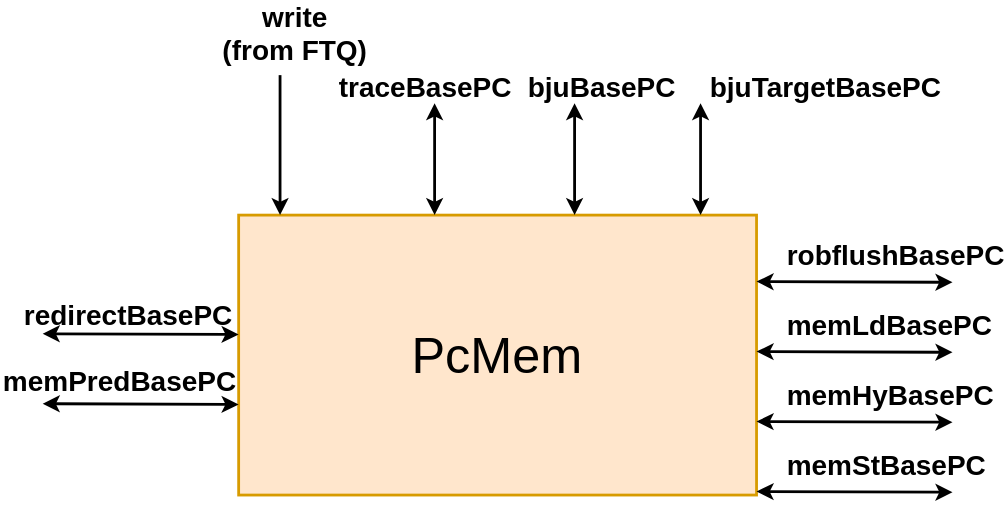
Before: docs/backend/CtrlBlock/figure/PCMem-Overview.svg, a diagram exported from draw.io (OpenXiangShan/XiangShan-Design-Doc). Source tidied: cells renumbered, new cells last; positions are measured from the earlier drawing's top-left corner, leaving out a move shared by most shapes.
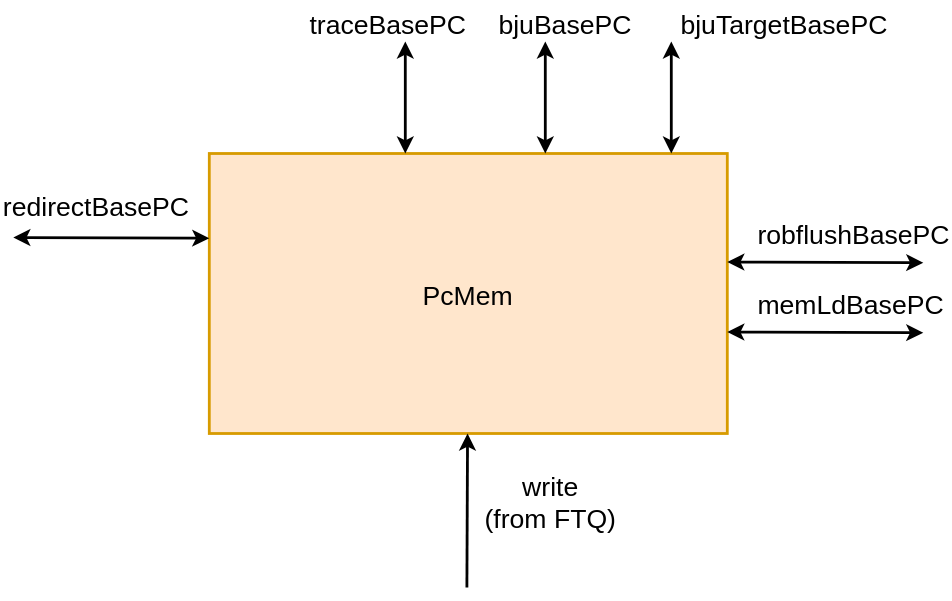
The same file after the commit.

What changed in the source:
```diff
@@ -2,96 +2,71 @@
   <root>
     <mxCell id="0" />
     <mxCell id="1" parent="0" />
-    <mxCell id="2" value="&lt;font style=&quot;font-size: 36px;&quot;&gt;PcMem&lt;/font&gt;" style="rounded=0;whiteSpace=wrap;html=1;fillColor=#ffe6cc;strokeColor=#d79b00;strokeWidth=2;" parent="1" vertex="1">
-      <mxGeometry x="170" y="110" width="370" height="200" as="geometry" />
+    <mxCell id="2" value="PcMem" style="rounded=0;fillColor=#ffe6cc;strokeColor=#d79b00;strokeWidth=2;fontSize=19;" parent="1" vertex="1">
+      <mxGeometry x="284" y="-1480" width="370" height="200" as="geometry" />
     </mxCell>
-    <mxCell id="3" value="&lt;div style=&quot;text-align: center;&quot;&gt;&lt;span style=&quot;font-size: 20px; text-wrap: nowrap;&quot;&gt;&lt;b&gt;redirectBasePC&lt;/b&gt;&lt;/span&gt;&lt;/div&gt;" style="text;whiteSpace=wrap;html=1;" parent="1" vertex="1">
-      <mxGeometry x="15" y="162.5" width="140" height="25" as="geometry" />
+    <mxCell id="3" style="endArrow=classic;startArrow=classic;rounded=0;strokeWidth=2;fontSize=19;" parent="1" edge="1">
+      <mxGeometry relative="1" as="geometry">
+        <mxPoint x="654" y="-1402.5" as="sourcePoint" />
+        <mxPoint x="794" y="-1402" as="targetPoint" />
+      </mxGeometry>
     </mxCell>
-    <mxCell id="4" value="&lt;div style=&quot;text-align: center;&quot;&gt;&lt;span style=&quot;font-size: 20px; text-wrap: nowrap;&quot;&gt;&lt;b&gt;memPredBasePC&lt;/b&gt;&lt;/span&gt;&lt;/div&gt;" style="text;whiteSpace=wrap;html=1;" parent="1" vertex="1">
-      <mxGeometry y="210" width="140" height="50" as="geometry" />
+    <mxCell id="4" value="robflushBasePC" style="text;fontSize=19;" parent="1" vertex="1">
+      <mxGeometry x="674" y="-1440" width="140" height="50" as="geometry" />
     </mxCell>
-    <mxCell id="5" style="endArrow=classic;startArrow=classic;html=1;rounded=0;strokeWidth=2;" parent="1" edge="1">
+    <mxCell id="5" style="endArrow=classic;startArrow=classic;rounded=0;strokeWidth=2;fontSize=19;" parent="1" edge="1">
       <mxGeometry relative="1" as="geometry">
-        <mxPoint x="540" y="157.5" as="sourcePoint" />
-        <mxPoint x="680" y="158" as="targetPoint" />
+        <mxPoint x="654" y="-1352.5" as="sourcePoint" />
+        <mxPoint x="794" y="-1352" as="targetPoint" />
       </mxGeometry>
     </mxCell>
-    <mxCell id="6" value="&lt;div style=&quot;text-align: center;&quot;&gt;&lt;span style=&quot;font-size: 20px; text-wrap: nowrap;&quot;&gt;&lt;b&gt;robflushBasePC&lt;/b&gt;&lt;/span&gt;&lt;/div&gt;" style="text;whiteSpace=wrap;html=1;" parent="1" vertex="1">
-      <mxGeometry x="560" y="120" width="140" height="50" as="geometry" />
+    <mxCell id="6" value="memLdBasePC" style="text;fontSize=19;" parent="1" vertex="1">
+      <mxGeometry x="674" y="-1390" width="140" height="50" as="geometry" />
     </mxCell>
-    <mxCell id="7" style="endArrow=classic;startArrow=classic;html=1;rounded=0;strokeWidth=2;" parent="1" edge="1">
+    <mxCell id="7" style="endArrow=classic;startArrow=classic;rounded=0;strokeWidth=2;verticalAlign=top;fontSize=19;" parent="1" edge="1">
       <mxGeometry relative="1" as="geometry">
-        <mxPoint x="540" y="207.5" as="sourcePoint" />
-        <mxPoint x="680" y="208" as="targetPoint" />
+        <mxPoint x="424" y="-1480" as="sourcePoint" />
+        <mxPoint x="424" y="-1560" as="targetPoint" />
       </mxGeometry>
     </mxCell>
-    <mxCell id="8" value="&lt;div style=&quot;text-align: center;&quot;&gt;&lt;span style=&quot;font-size: 20px; text-wrap: nowrap;&quot;&gt;&lt;b&gt;memLdBasePC&lt;/b&gt;&lt;/span&gt;&lt;/div&gt;" style="text;whiteSpace=wrap;html=1;" parent="1" vertex="1">
-      <mxGeometry x="560" y="170" width="140" height="50" as="geometry" />
+    <mxCell id="8" value="bjuBasePC" style="text;fontSize=19;" parent="1" vertex="1">
+      <mxGeometry x="489" y="-1590" width="140" height="50" as="geometry" />
     </mxCell>
-    <mxCell id="9" style="endArrow=classic;startArrow=classic;html=1;rounded=0;strokeWidth=2;" parent="1" edge="1">
-      <mxGeometry relative="1" as="geometry">
-        <mxPoint x="540" y="257.5" as="sourcePoint" />
-        <mxPoint x="680" y="258" as="targetPoint" />
-      </mxGeometry>
+    <mxCell id="9" value="bjuTargetBasePC" style="text;fontSize=19;" parent="1" vertex="1">
+      <mxGeometry x="619" y="-1590" width="140" height="50" as="geometry" />
     </mxCell>
-    <mxCell id="10" value="&lt;div style=&quot;text-align: center;&quot;&gt;&lt;span style=&quot;font-size: 20px; text-wrap: nowrap;&quot;&gt;&lt;b&gt;memHyBasePC&lt;/b&gt;&lt;/span&gt;&lt;/div&gt;" style="text;whiteSpace=wrap;html=1;" parent="1" vertex="1">
-      <mxGeometry x="560" y="220" width="140" height="50" as="geometry" />
+    <mxCell id="10" value="traceBasePC" style="text;fontSize=19;" parent="1" vertex="1">
+      <mxGeometry x="354" y="-1590" width="140" height="50" as="geometry" />
     </mxCell>
-    <mxCell id="11" style="endArrow=classic;startArrow=classic;html=1;rounded=0;strokeWidth=2;" parent="1" edge="1">
+    <mxCell id="11" style="endArrow=classic;startArrow=classic;rounded=0;strokeWidth=2;verticalAlign=top;fontSize=19;" parent="1" edge="1">
       <mxGeometry relative="1" as="geometry">
-        <mxPoint x="540" y="307.5" as="sourcePoint" />
-        <mxPoint x="680" y="308" as="targetPoint" />
+        <mxPoint x="524" y="-1480" as="sourcePoint" />
+        <mxPoint x="524" y="-1560" as="targetPoint" />
       </mxGeometry>
     </mxCell>
-    <mxCell id="12" value="&lt;div style=&quot;text-align: center;&quot;&gt;&lt;span style=&quot;font-size: 20px; text-wrap: nowrap;&quot;&gt;&lt;b&gt;memStBasePC&lt;/b&gt;&lt;/span&gt;&lt;/div&gt;" style="text;whiteSpace=wrap;html=1;" parent="1" vertex="1">
-      <mxGeometry x="560" y="270" width="140" height="50" as="geometry" />
+    <mxCell id="12" style="endArrow=classic;startArrow=classic;rounded=0;strokeWidth=2;verticalAlign=top;fontSize=19;" parent="1" edge="1">
+      <mxGeometry relative="1" as="geometry">
+        <mxPoint x="614" y="-1480" as="sourcePoint" />
+        <mxPoint x="614" y="-1560" as="targetPoint" />
+      </mxGeometry>
     </mxCell>
-    <mxCell id="13" style="endArrow=classic;startArrow=classic;html=1;rounded=0;strokeWidth=2;verticalAlign=top;" parent="1" edge="1">
-      <mxGeometry relative="1" as="geometry">
-        <mxPoint x="310" y="110" as="sourcePoint" />
-        <mxPoint x="310" y="30" as="targetPoint" />
-      </mxGeometry>
+    <mxCell id="13" value="redirectBasePC" style="text;fontSize=19;" parent="1" vertex="1">
+      <mxGeometry x="135" y="-1460" width="140" height="50" as="geometry" />
     </mxCell>
-    <mxCell id="14" value="&lt;div style=&quot;text-align: center;&quot;&gt;&lt;span style=&quot;font-size: 20px; text-wrap: nowrap;&quot;&gt;&lt;b&gt;bjuBasePC&lt;/b&gt;&lt;/span&gt;&lt;/div&gt;" style="text;whiteSpace=wrap;html=1;" parent="1" vertex="1">
-      <mxGeometry x="375" width="140" height="50" as="geometry" />
+    <mxCell id="14" style="endArrow=classic;startArrow=classic;rounded=0;strokeWidth=2;fontSize=19;" parent="1" edge="1">
+      <mxGeometry relative="1" as="geometry">
+        <mxPoint x="144" y="-1420" as="sourcePoint" />
+        <mxPoint x="284" y="-1419.5" as="targetPoint" />
+      </mxGeometry>
     </mxCell>
-    <mxCell id="15" value="&lt;div style=&quot;text-align: center;&quot;&gt;&lt;span style=&quot;background-color: transparent; text-align: left; font-size: 20px; text-wrap: nowrap;&quot;&gt;&lt;b&gt;bjuTarget&lt;/b&gt;&lt;/span&gt;&lt;span style=&quot;font-size: 20px; text-wrap: nowrap;&quot;&gt;&lt;b&gt;BasePC&lt;/b&gt;&lt;/span&gt;&lt;/div&gt;" style="text;whiteSpace=wrap;html=1;" parent="1" vertex="1">
-      <mxGeometry x="505" width="140" height="50" as="geometry" />
+    <mxCell id="15" style="endArrow=classic;rounded=0;strokeWidth=2;entryX=0;entryY=0;entryDx=0;entryDy=0;fontSize=19;" parent="1" edge="1">
+      <mxGeometry relative="1" as="geometry">
+        <mxPoint x="468" y="-1170" as="sourcePoint" />
+        <mxPoint x="468.5" y="-1280" as="targetPoint" />
+      </mxGeometry>
     </mxCell>
-    <mxCell id="16" value="&lt;div style=&quot;text-align: left;&quot;&gt;&lt;span style=&quot;font-size: 20px; text-wrap: nowrap;&quot;&gt;&lt;b&gt;traceBasePC&lt;/b&gt;&lt;/span&gt;&lt;/div&gt;" style="text;whiteSpace=wrap;html=1;" parent="1" vertex="1">
-      <mxGeometry x="240" width="140" height="50" as="geometry" />
+    <mxCell id="16" value="write&#10;(from FTQ)" style="text;align=center;fontSize=19;" parent="1" vertex="1">
+      <mxGeometry x="458" y="-1260" width="140" height="50" as="geometry" />
     </mxCell>
-    <mxCell id="17" style="endArrow=classic;startArrow=classic;html=1;rounded=0;strokeWidth=2;verticalAlign=top;" parent="1" edge="1">
-      <mxGeometry relative="1" as="geometry">
-        <mxPoint x="410" y="110" as="sourcePoint" />
-        <mxPoint x="410" y="30" as="targetPoint" />
-      </mxGeometry>
-    </mxCell>
-    <mxCell id="18" style="endArrow=classic;startArrow=classic;html=1;rounded=0;strokeWidth=2;verticalAlign=top;" parent="1" edge="1">
-      <mxGeometry relative="1" as="geometry">
-        <mxPoint x="500" y="110" as="sourcePoint" />
-        <mxPoint x="500" y="30" as="targetPoint" />
-      </mxGeometry>
-    </mxCell>
-    <mxCell id="19" value="&lt;b&gt;write&lt;/b&gt;&lt;div&gt;&lt;b&gt;(from FTQ)&lt;/b&gt;&lt;/div&gt;" style="endArrow=classic;html=1;rounded=0;fontSize=20;entryX=0.75;entryY=0;entryDx=0;entryDy=0;labelBackgroundColor=none;strokeWidth=2;fontStyle=1;" parent="1" edge="1">
-      <mxGeometry x="-1" y="32" relative="1" as="geometry">
-        <mxPoint x="199.6" y="10" as="sourcePoint" />
-        <mxPoint x="199.6" y="110" as="targetPoint" />
-        <mxPoint x="-22" y="-30" as="offset" />
-      </mxGeometry>
-    </mxCell>
-    <mxCell id="20" style="endArrow=classic;startArrow=classic;html=1;rounded=0;strokeWidth=2;" parent="1" edge="1">
-      <mxGeometry relative="1" as="geometry">
-        <mxPoint x="30" y="194.8" as="sourcePoint" />
-        <mxPoint x="170" y="195.2" as="targetPoint" />
-      </mxGeometry>
-    </mxCell>
-    <mxCell id="21" style="endArrow=classic;startArrow=classic;html=1;rounded=0;strokeWidth=2;" parent="1" edge="1">
-      <mxGeometry relative="1" as="geometry">
-        <mxPoint x="30" y="244.8" as="sourcePoint" />
-        <mxPoint x="170" y="245.2" as="targetPoint" />
-      </mxGeometry>
-    </mxCell>
   </root>
 </mxGraphModel>
```
